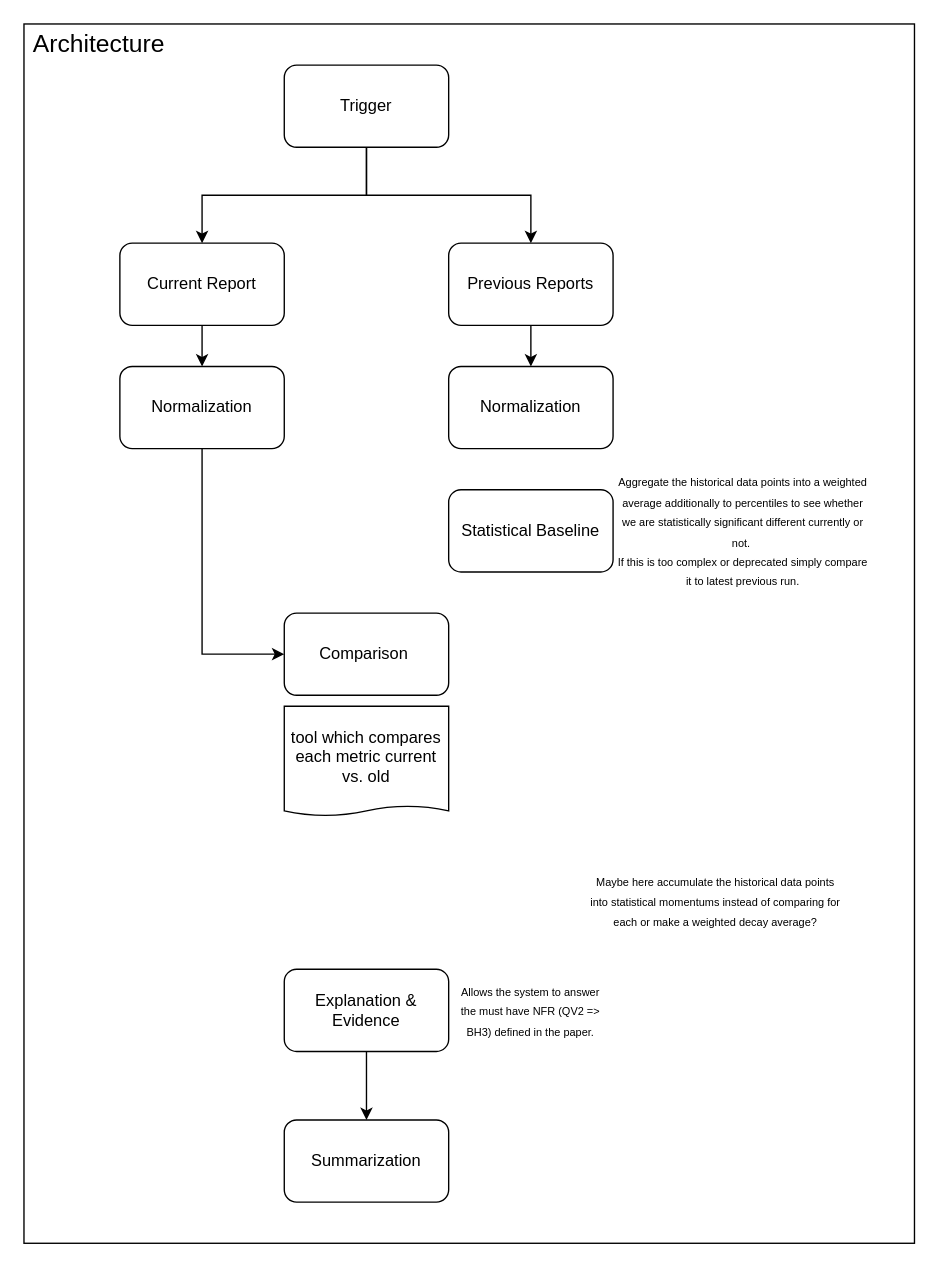
ZHAW-InIT-SoftwareEngineering/release-compass keeps this draw.io diagram as docs/implementation/architecture_overview/release-compass-architecture.drawio. Above is the earlier version. Source tidied: cells renumbered, new cells numbered last; positions are measured from the earlier drawing's top-left corner, leaving out a move shared by most shapes. Both pictures are drawn from the tidied source at 137%, with x=0, y=0 at pixel (23, 23).
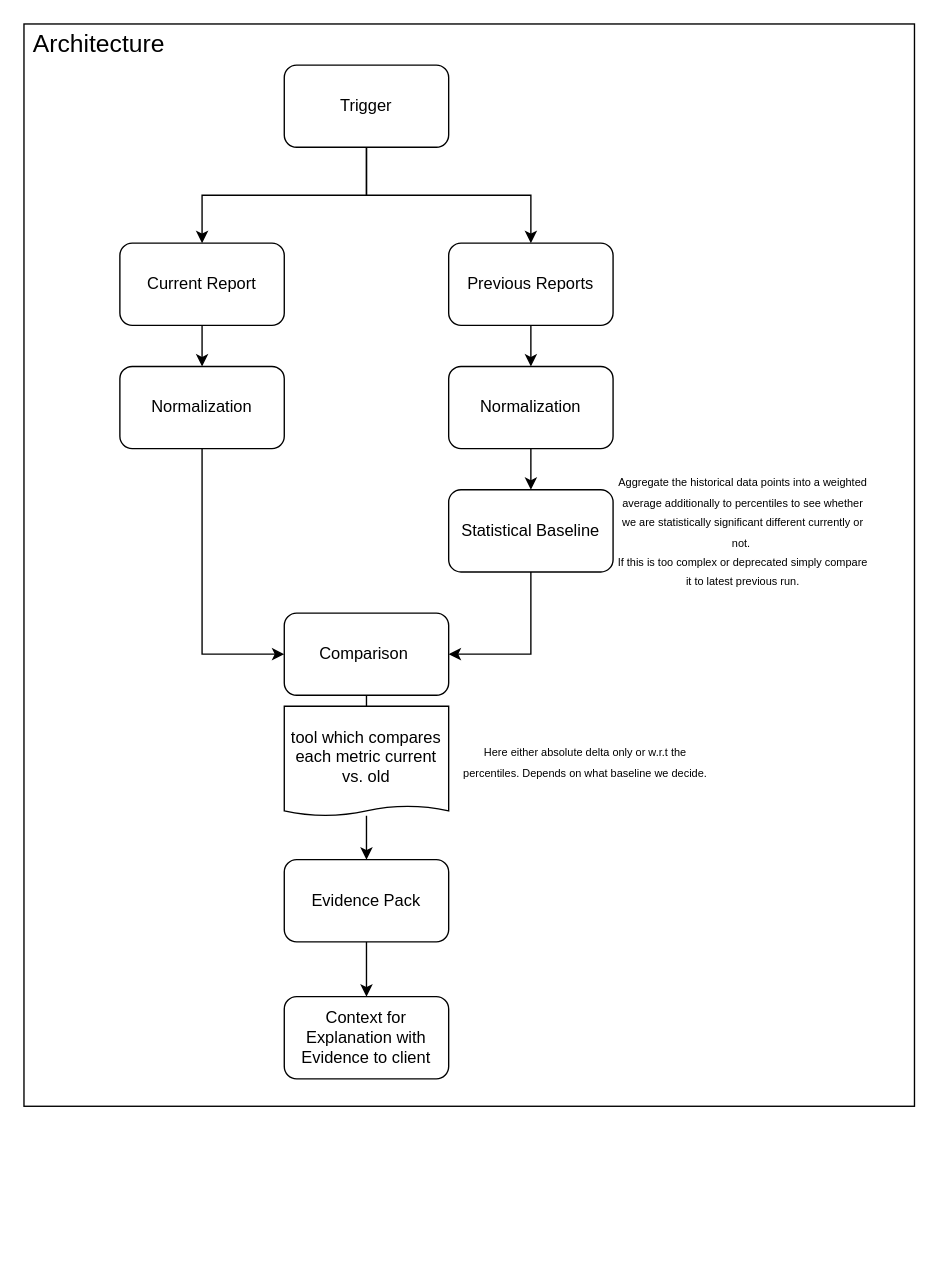
After the change.

The change refers to these unchanged cells:
```xml
<mxCell id="13" value="Comparison&amp;nbsp;" style="rounded=1;whiteSpace=wrap;html=1;" parent="1" vertex="1">
  <mxGeometry x="190" y="430" width="120" height="60" as="geometry" />
</mxCell>
<mxCell id="16" value="&lt;span style=&quot;background-color: transparent; color: light-dark(rgb(0, 0, 0), rgb(255, 255, 255));&quot;&gt;tool which compares each metric current vs. old&lt;/span&gt;" style="shape=document;whiteSpace=wrap;html=1;boundedLbl=1;align=center;size=0.09090909090909091;" parent="1" vertex="1">
  <mxGeometry x="190" y="498" width="120" height="80" as="geometry" />
</mxCell>
<mxCell id="20" value="Normalization" style="rounded=1;whiteSpace=wrap;html=1;" parent="1" vertex="1">
  <mxGeometry x="310" y="250" width="120" height="60" as="geometry" />
</mxCell>
<mxCell id="21" value="Statistical Baseline" style="rounded=1;whiteSpace=wrap;html=1;" parent="1" vertex="1">
  <mxGeometry x="310" y="340" width="120" height="60" as="geometry" />
</mxCell>
```

Diff of the diagram source:
```diff
@@
     <mxCell id="2" style="rounded=0;whiteSpace=wrap;html=1;" parent="1" vertex="1">
-      <mxGeometry width="650" height="890" as="geometry" />
+      <mxGeometry width="650" height="790" as="geometry" />
     </mxCell>
@@
-    <mxCell id="10" value="Summarization" style="rounded=1;whiteSpace=wrap;html=1;" parent="1" vertex="1">
-      <mxGeometry x="190" y="800" width="120" height="60" as="geometry" />
+    <mxCell id="10" value="Context for Explanation with Evidence to client" style="rounded=1;whiteSpace=wrap;html=1;" parent="1" vertex="1">
+      <mxGeometry x="190" y="710" width="120" height="60" as="geometry" />
     </mxCell>
@@
-    <mxCell id="12" value="Explanation &amp;amp; Evidence" style="rounded=1;whiteSpace=wrap;html=1;" parent="1" vertex="1">
-      <mxGeometry x="190" y="690" width="120" height="60" as="geometry" />
+    <mxCell id="12" value="Evidence Pack" style="rounded=1;whiteSpace=wrap;html=1;" parent="1" vertex="1">
+      <mxGeometry x="190" y="610" width="120" height="60" as="geometry" />
     </mxCell>
+    <mxCell id="23" style="edgeStyle=orthogonalEdgeStyle;rounded=0;jettySize=auto;html=1;entryX=0.5;entryY=0;entryDx=0;entryDy=0;endArrow=none;endFill=0;" parent="1" edge="1" source="13" target="16">
+      <mxGeometry relative="1" as="geometry" />
+    </mxCell>
@@
-    <mxCell id="14" value="&lt;span style=&quot;font-size: 8px;&quot;&gt;Allows the system to answer the must have NFR (QV2 =&amp;gt; BH3) defined in the paper.&lt;/span&gt;" style="text;html=1;whiteSpace=wrap;strokeColor=none;fillColor=none;align=center;verticalAlign=middle;rounded=0;" parent="1" vertex="1">
-      <mxGeometry x="315" y="695" width="110" height="50" as="geometry" />
-    </mxCell>
@@
+    <mxCell id="24" style="edgeStyle=orthogonalEdgeStyle;rounded=0;jettySize=auto;html=1;entryX=0.5;entryY=0;entryDx=0;entryDy=0;" parent="1" edge="1" source="16" target="12">
+      <mxGeometry relative="1" as="geometry" />
+    </mxCell>
@@
+    <mxCell id="25" style="edgeStyle=orthogonalEdgeStyle;rounded=0;jettySize=auto;html=1;entryX=0.5;entryY=0;entryDx=0;entryDy=0;" parent="1" edge="1" source="20" target="21">
+      <mxGeometry relative="1" as="geometry" />
+    </mxCell>
@@
+    <mxCell id="26" style="edgeStyle=orthogonalEdgeStyle;rounded=0;jettySize=auto;html=1;entryX=1;entryY=0.5;entryDx=0;entryDy=0;" parent="1" edge="1" source="21" target="13">
+      <mxGeometry relative="1" as="geometry" />
+    </mxCell>
@@
-    <mxCell id="22" value="&lt;font style=&quot;font-size: 8px;&quot;&gt;Maybe here accumulate the historical data points into statistical momentums instead of comparing for each or make a weighted decay average?&lt;/font&gt;" style="text;html=1;whiteSpace=wrap;strokeColor=none;fillColor=none;align=center;verticalAlign=middle;rounded=0;" parent="1" vertex="1">
-      <mxGeometry x="410" y="600" width="190" height="80" as="geometry" />
+    <mxCell id="22" value="&lt;font style=&quot;font-size: 8px;&quot;&gt;Here either absolute delta only or w.r.t the percentiles. Depends on what baseline we decide.&lt;/font&gt;" style="text;html=1;whiteSpace=wrap;strokeColor=none;fillColor=none;align=center;verticalAlign=middle;rounded=0;" parent="1" vertex="1">
+      <mxGeometry x="315" y="498" width="190" height="80" as="geometry" />
     </mxCell>
```
